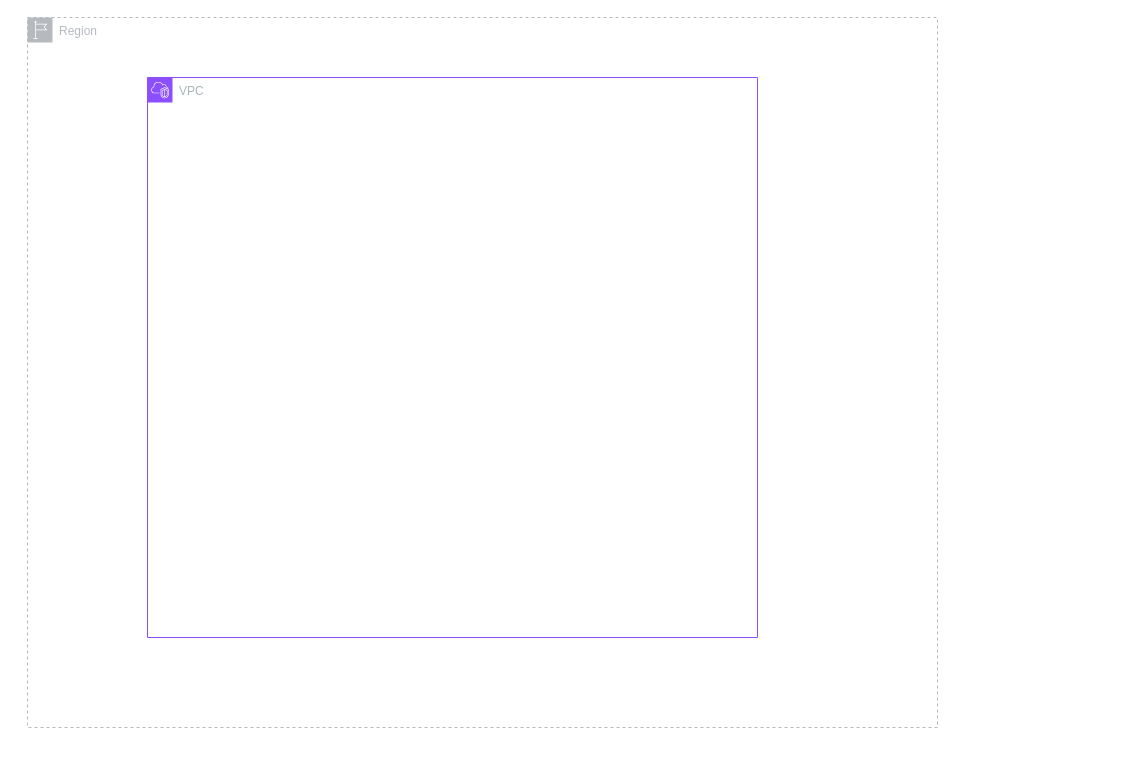
iKarmaaa123/goals-app keeps this draw.io diagram as Untitled Diagram.drawio. Above is the earlier version. Source tidied: cells renumbered, new cells numbered last; positions are measured from the earlier drawing's top-left corner, leaving out a move shared by most shapes. Both pictures are drawn from the tidied source at 100%, with x=0, y=0 at pixel (27, 17).
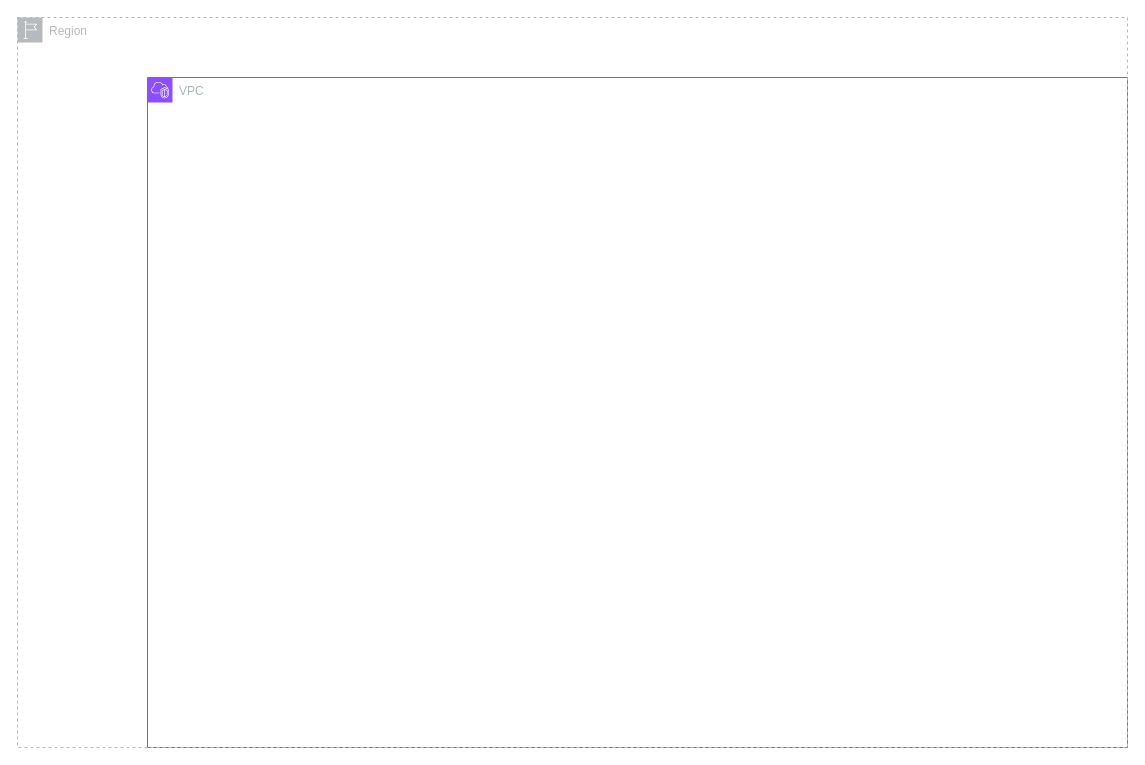
The same page after the edit.

Change to the diagram source:
```diff
@@
 <mxGraphModel>
   <root>
     <mxCell id="0" />
     <mxCell id="1" parent="0" />
     <mxCell id="2" value="VPC" style="gradientColor=none;html=1;whiteSpace=wrap;fontSize=12;fontStyle=0;shape=mxgraph.aws4.group;grIcon=mxgraph.aws4.group_vpc2;strokeColor=#8C4FFF;fillColor=none;verticalAlign=top;align=left;spacingLeft=30;fontColor=#AAB7B8;dashed=0;" parent="1" vertex="1">
-      <mxGeometry x="120" y="60" width="610" height="560" as="geometry" />
+      <mxGeometry x="120" y="60" width="980" height="670" as="geometry" />
     </mxCell>
-    <mxCell id="3" value="Region" style="sketch=0;gradientColor=none;html=1;whiteSpace=wrap;fontSize=12;fontStyle=0;shape=mxgraph.aws4.group;grIcon=mxgraph.aws4.group_region;strokeColor=#B6BABF;fillColor=none;verticalAlign=top;align=left;spacingLeft=30;fontColor=#B6BABF;dashed=1;" parent="1" vertex="1">
-      <mxGeometry width="910" height="710" as="geometry" />
+    <mxCell id="3" value="Region" style="sketch=0;gradientColor=none;html=1;whiteSpace=wrap;fontSize=12;fontStyle=0;shape=mxgraph.aws4.group;grIcon=mxgraph.aws4.group_region;strokeColor=#B6BABF;fillColor=none;verticalAlign=top;align=left;spacingLeft=30;fontColor=#B6BABF;dashed=1;" parent="2" vertex="1">
+      <mxGeometry x="-130" y="-60" width="1110" height="730" as="geometry" />
     </mxCell>
   </root>
 </mxGraphModel>
```
